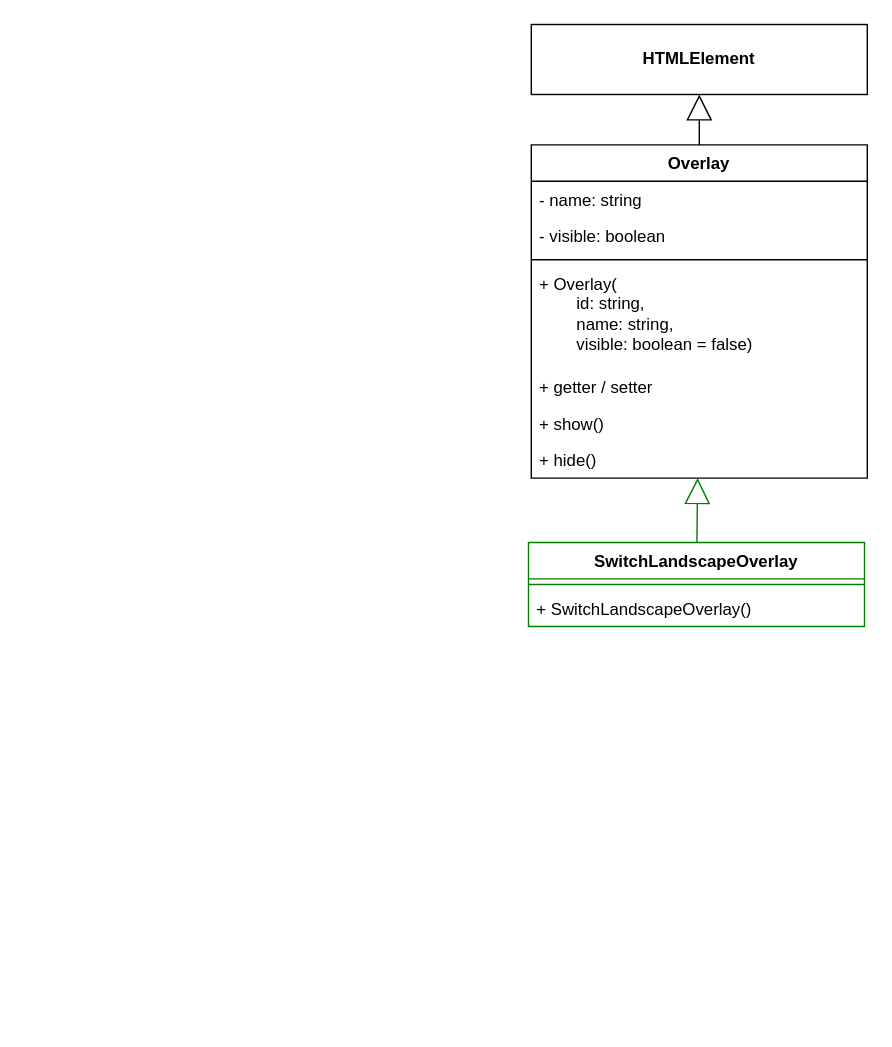
This is docs/issue/95-diagram.drawio from elma1989/sharkie, a draw.io file, before an edit. Source tidied: cells renumbered, new cells numbered last; positions are measured from the earlier drawing's top-left corner, leaving out a move shared by most shapes. Both pictures are drawn from the tidied source at 140%, with x=0, y=0 at pixel (528, 24).
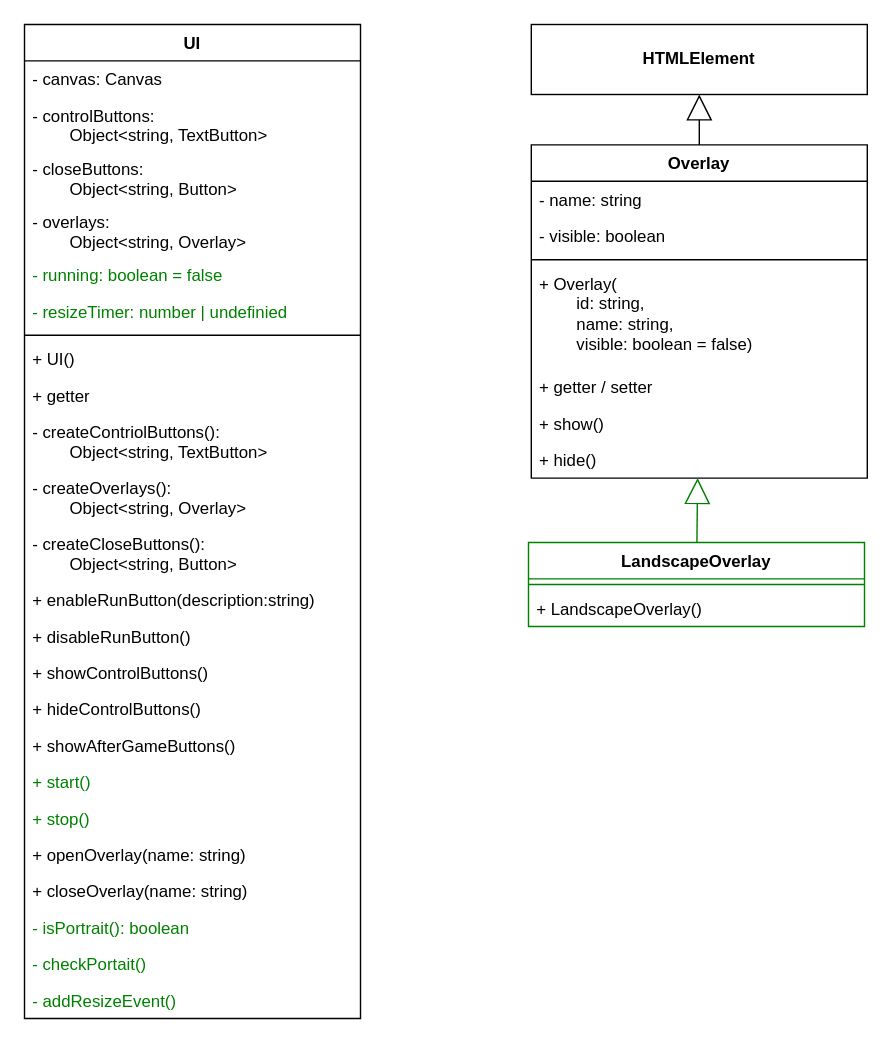
The same diagram, later.

Change to the diagram source:
```diff
@@
-    <mxCell id="12" value="SwitchLandscapeOverlay" style="swimlane;fontStyle=1;align=center;verticalAlign=top;horizontal=1;startSize=26;whiteSpace=wrap;html=1;strokeColor=light-dark(#008000,#80FF80);" parent="1" vertex="1">
+    <mxCell id="12" value="LandscapeOverlay" style="swimlane;fontStyle=1;align=center;verticalAlign=top;horizontal=1;startSize=26;whiteSpace=wrap;html=1;strokeColor=light-dark(#008000,#80FF80);" parent="1" vertex="1">
       <mxGeometry y="370" width="240" height="60" as="geometry" />
     </mxCell>
@@
-    <mxCell id="14" value="+ SwitchLandscapeOverlay()" style="text;strokeColor=none;fillColor=none;align=left;verticalAlign=top;spacingLeft=4;spacingRight=4;overflow=hidden;whiteSpace=wrap;html=1;" parent="12" vertex="1">
+    <mxCell id="14" value="+ LandscapeOverlay()" style="text;strokeColor=none;fillColor=none;align=left;verticalAlign=top;spacingLeft=4;spacingRight=4;overflow=hidden;whiteSpace=wrap;html=1;" parent="12" vertex="1">
       <mxGeometry y="34" width="240" height="26" as="geometry" />
     </mxCell>
@@
+    <mxCell id="16" value="UI" style="swimlane;fontStyle=1;align=center;verticalAlign=top;horizontal=1;startSize=26;whiteSpace=wrap;html=1;" parent="1" vertex="1">
+      <mxGeometry x="-360" width="240" height="710" as="geometry" />
+    </mxCell>
+    <mxCell id="17" value="- canvas: Canvas" style="text;strokeColor=none;fillColor=none;align=left;verticalAlign=top;spacingLeft=4;spacingRight=4;overflow=hidden;whiteSpace=wrap;html=1;" parent="16" vertex="1">
+      <mxGeometry y="26" width="240" height="26" as="geometry" />
+    </mxCell>
+    <mxCell id="18" value="- controlButtons:&amp;nbsp;&lt;div&gt;&lt;span style=&quot;white-space: pre;&quot;&gt;&#9;&lt;/span&gt;Object&amp;lt;string, TextButton&amp;gt;&lt;/div&gt;" style="text;strokeColor=none;fillColor=none;align=left;verticalAlign=top;spacingLeft=4;spacingRight=4;overflow=hidden;whiteSpace=wrap;html=1;" parent="16" vertex="1">
+      <mxGeometry y="52" width="240" height="38" as="geometry" />
+    </mxCell>
+    <mxCell id="19" value="- closeButtons:&lt;div&gt;&lt;span style=&quot;white-space: pre;&quot;&gt;&#9;&lt;/span&gt;Object&amp;lt;string, Button&amp;gt;&lt;br&gt;&lt;/div&gt;" style="text;strokeColor=none;fillColor=none;align=left;verticalAlign=top;spacingLeft=4;spacingRight=4;overflow=hidden;whiteSpace=wrap;html=1;fontColor=default;" parent="16" vertex="1">
+      <mxGeometry y="90" width="240" height="38" as="geometry" />
+    </mxCell>
+    <mxCell id="20" value="- overlays:&lt;div&gt;&lt;span style=&quot;white-space: pre;&quot;&gt;&#9;&lt;/span&gt;Object&amp;lt;string, Overlay&amp;gt;&lt;br&gt;&lt;/div&gt;" style="text;strokeColor=none;fillColor=none;align=left;verticalAlign=top;spacingLeft=4;spacingRight=4;overflow=hidden;whiteSpace=wrap;html=1;fontColor=default;" parent="16" vertex="1">
+      <mxGeometry y="128" width="240" height="38" as="geometry" />
+    </mxCell>
+    <mxCell id="21" value="- running: boolean = false" style="text;strokeColor=none;fillColor=none;align=left;verticalAlign=top;spacingLeft=4;spacingRight=4;overflow=hidden;whiteSpace=wrap;html=1;fontColor=light-dark(#008000,#80FF80);" parent="16" vertex="1">
+      <mxGeometry y="166" width="240" height="26" as="geometry" />
+    </mxCell>
+    <mxCell id="22" value="- resizeTimer: number | undefinied" style="text;strokeColor=none;fillColor=none;align=left;verticalAlign=top;spacingLeft=4;spacingRight=4;overflow=hidden;whiteSpace=wrap;html=1;fontColor=light-dark(#008000,#80FF80);" parent="16" vertex="1">
+      <mxGeometry y="192" width="240" height="26" as="geometry" />
+    </mxCell>
+    <mxCell id="23" style="line;strokeWidth=1;fillColor=none;align=left;verticalAlign=middle;spacingTop=-1;spacingLeft=3;spacingRight=3;labelPosition=right;strokeColor=inherit;" parent="16" vertex="1">
+      <mxGeometry y="218" width="240" height="8" as="geometry" />
+    </mxCell>
+    <mxCell id="24" value="+ UI()" style="text;strokeColor=none;fillColor=none;align=left;verticalAlign=top;spacingLeft=4;spacingRight=4;overflow=hidden;whiteSpace=wrap;html=1;" parent="16" vertex="1">
+      <mxGeometry y="226" width="240" height="26" as="geometry" />
+    </mxCell>
+    <mxCell id="25" value="+ getter" style="text;strokeColor=none;fillColor=none;align=left;verticalAlign=top;spacingLeft=4;spacingRight=4;overflow=hidden;whiteSpace=wrap;html=1;" parent="16" vertex="1">
+      <mxGeometry y="252" width="240" height="26" as="geometry" />
+    </mxCell>
+    <mxCell id="26" value="- createContriolButtons():&lt;div&gt;&lt;span style=&quot;white-space: pre;&quot;&gt;&#9;&lt;/span&gt;Object&amp;lt;string, TextButton&amp;gt;&lt;br&gt;&lt;/div&gt;" style="text;strokeColor=none;fillColor=none;align=left;verticalAlign=top;spacingLeft=4;spacingRight=4;overflow=hidden;whiteSpace=wrap;html=1;fontColor=default;" parent="16" vertex="1">
+      <mxGeometry y="278" width="240" height="40" as="geometry" />
+    </mxCell>
+    <mxCell id="27" value="- createOverlays():&lt;div&gt;&lt;span style=&quot;white-space: pre;&quot;&gt;&#9;&lt;/span&gt;Object&amp;lt;string, Overlay&amp;gt;&lt;br&gt;&lt;/div&gt;" style="text;strokeColor=none;fillColor=none;align=left;verticalAlign=top;spacingLeft=4;spacingRight=4;overflow=hidden;whiteSpace=wrap;html=1;fontColor=default;" parent="16" vertex="1">
+      <mxGeometry y="318" width="240" height="40" as="geometry" />
+    </mxCell>
+    <mxCell id="28" value="- createCloseButtons():&lt;div&gt;&lt;span style=&quot;white-space: pre;&quot;&gt;&#9;&lt;/span&gt;Object&amp;lt;string, Button&amp;gt;&lt;br&gt;&lt;/div&gt;" style="text;strokeColor=none;fillColor=none;align=left;verticalAlign=top;spacingLeft=4;spacingRight=4;overflow=hidden;whiteSpace=wrap;html=1;fontColor=default;" parent="16" vertex="1">
+      <mxGeometry y="358" width="240" height="40" as="geometry" />
+    </mxCell>
+    <mxCell id="29" value="+ enableRunButton(description:string)" style="text;strokeColor=none;fillColor=none;align=left;verticalAlign=top;spacingLeft=4;spacingRight=4;overflow=hidden;whiteSpace=wrap;html=1;fontColor=default;" parent="16" vertex="1">
+      <mxGeometry y="398" width="240" height="26" as="geometry" />
+    </mxCell>
+    <mxCell id="30" value="+ disableRunButton()" style="text;strokeColor=none;fillColor=none;align=left;verticalAlign=top;spacingLeft=4;spacingRight=4;overflow=hidden;whiteSpace=wrap;html=1;fontColor=default;" parent="16" vertex="1">
+      <mxGeometry y="424" width="240" height="26" as="geometry" />
+    </mxCell>
+    <mxCell id="31" value="+ showControlButtons()" style="text;strokeColor=none;fillColor=none;align=left;verticalAlign=top;spacingLeft=4;spacingRight=4;overflow=hidden;whiteSpace=wrap;html=1;fontColor=default;" parent="16" vertex="1">
+      <mxGeometry y="450" width="240" height="26" as="geometry" />
+    </mxCell>
+    <mxCell id="32" value="+ hideControlButtons()" style="text;strokeColor=none;fillColor=none;align=left;verticalAlign=top;spacingLeft=4;spacingRight=4;overflow=hidden;whiteSpace=wrap;html=1;fontColor=default;" parent="16" vertex="1">
+      <mxGeometry y="476" width="240" height="26" as="geometry" />
+    </mxCell>
+    <mxCell id="33" value="+ showAfterGameButtons()" style="text;strokeColor=none;fillColor=none;align=left;verticalAlign=top;spacingLeft=4;spacingRight=4;overflow=hidden;whiteSpace=wrap;html=1;fontColor=default;" parent="16" vertex="1">
+      <mxGeometry y="502" width="240" height="26" as="geometry" />
+    </mxCell>
+    <mxCell id="34" value="+ start()" style="text;strokeColor=none;fillColor=none;align=left;verticalAlign=top;spacingLeft=4;spacingRight=4;overflow=hidden;whiteSpace=wrap;html=1;fontColor=light-dark(#008000,#80FF80);" parent="16" vertex="1">
+      <mxGeometry y="528" width="240" height="26" as="geometry" />
+    </mxCell>
+    <mxCell id="35" value="+ stop()" style="text;strokeColor=none;fillColor=none;align=left;verticalAlign=top;spacingLeft=4;spacingRight=4;overflow=hidden;whiteSpace=wrap;html=1;fontColor=light-dark(#008000,#80FF80);" parent="16" vertex="1">
+      <mxGeometry y="554" width="240" height="26" as="geometry" />
+    </mxCell>
+    <mxCell id="36" value="+ openOverlay(name: string)" style="text;strokeColor=none;fillColor=none;align=left;verticalAlign=top;spacingLeft=4;spacingRight=4;overflow=hidden;whiteSpace=wrap;html=1;fontColor=default;" parent="16" vertex="1">
+      <mxGeometry y="580" width="240" height="26" as="geometry" />
+    </mxCell>
+    <mxCell id="37" value="+ closeOverlay(name: string)" style="text;strokeColor=none;fillColor=none;align=left;verticalAlign=top;spacingLeft=4;spacingRight=4;overflow=hidden;whiteSpace=wrap;html=1;fontColor=default;" parent="16" vertex="1">
+      <mxGeometry y="606" width="240" height="26" as="geometry" />
+    </mxCell>
+    <mxCell id="38" value="- isPortrait(): boolean" style="text;strokeColor=none;fillColor=none;align=left;verticalAlign=top;spacingLeft=4;spacingRight=4;overflow=hidden;whiteSpace=wrap;html=1;fontColor=light-dark(#008000,#80FF80);" parent="16" vertex="1">
+      <mxGeometry y="632" width="240" height="26" as="geometry" />
+    </mxCell>
+    <mxCell id="39" value="- checkPortait()" style="text;strokeColor=none;fillColor=none;align=left;verticalAlign=top;spacingLeft=4;spacingRight=4;overflow=hidden;whiteSpace=wrap;html=1;fontColor=light-dark(#008000,#80FF80);" parent="16" vertex="1">
+      <mxGeometry y="658" width="240" height="26" as="geometry" />
+    </mxCell>
+    <mxCell id="40" value="- addResizeEvent()" style="text;strokeColor=none;fillColor=none;align=left;verticalAlign=top;spacingLeft=4;spacingRight=4;overflow=hidden;whiteSpace=wrap;html=1;fontColor=light-dark(#008000,#80FF80);" parent="16" vertex="1">
+      <mxGeometry y="684" width="240" height="26" as="geometry" />
+    </mxCell>
```
